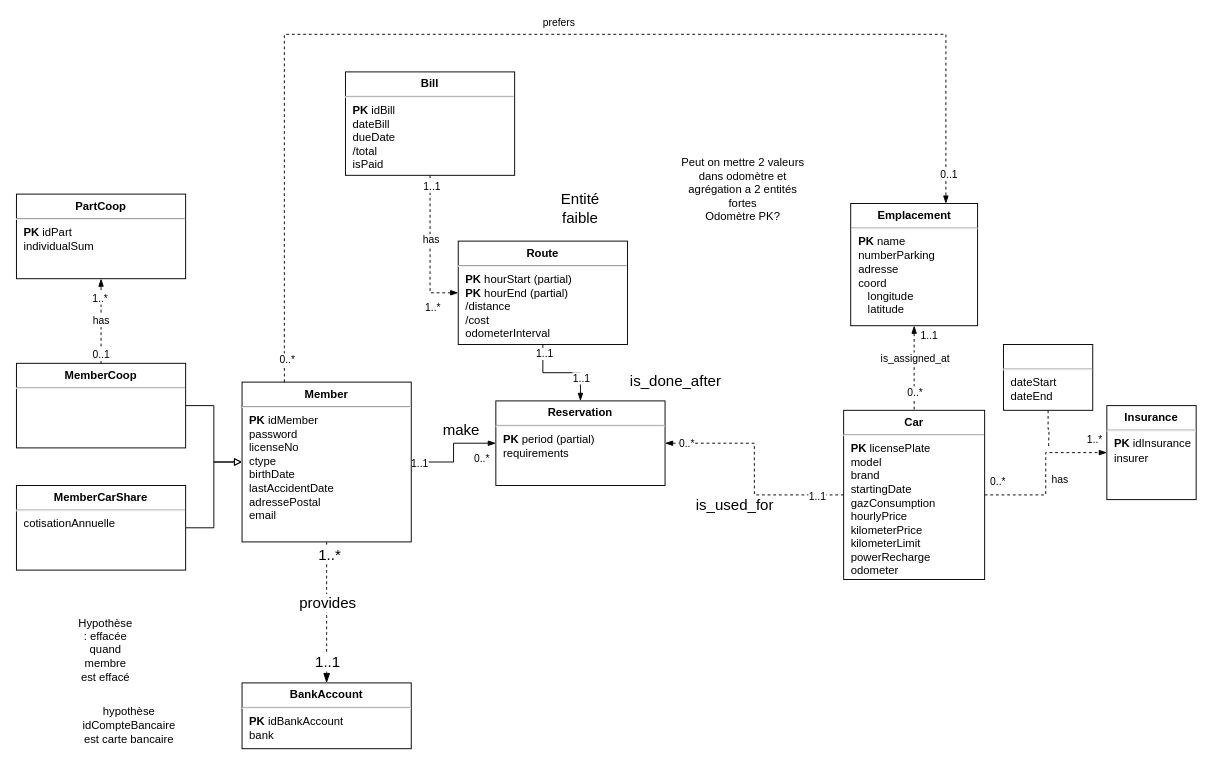
Above: page "Juliette" (2 of 2) of TP4.drawio in lyg2/Reservation-SQL (draw.io), before the change. Source tidied: cells renumbered, new cells numbered last; positions are measured from the earlier drawing's top-left corner, leaving out a move shared by most shapes. Both pictures are drawn from the tidied source at 94%, with x=0, y=0 at pixel (16, 34).
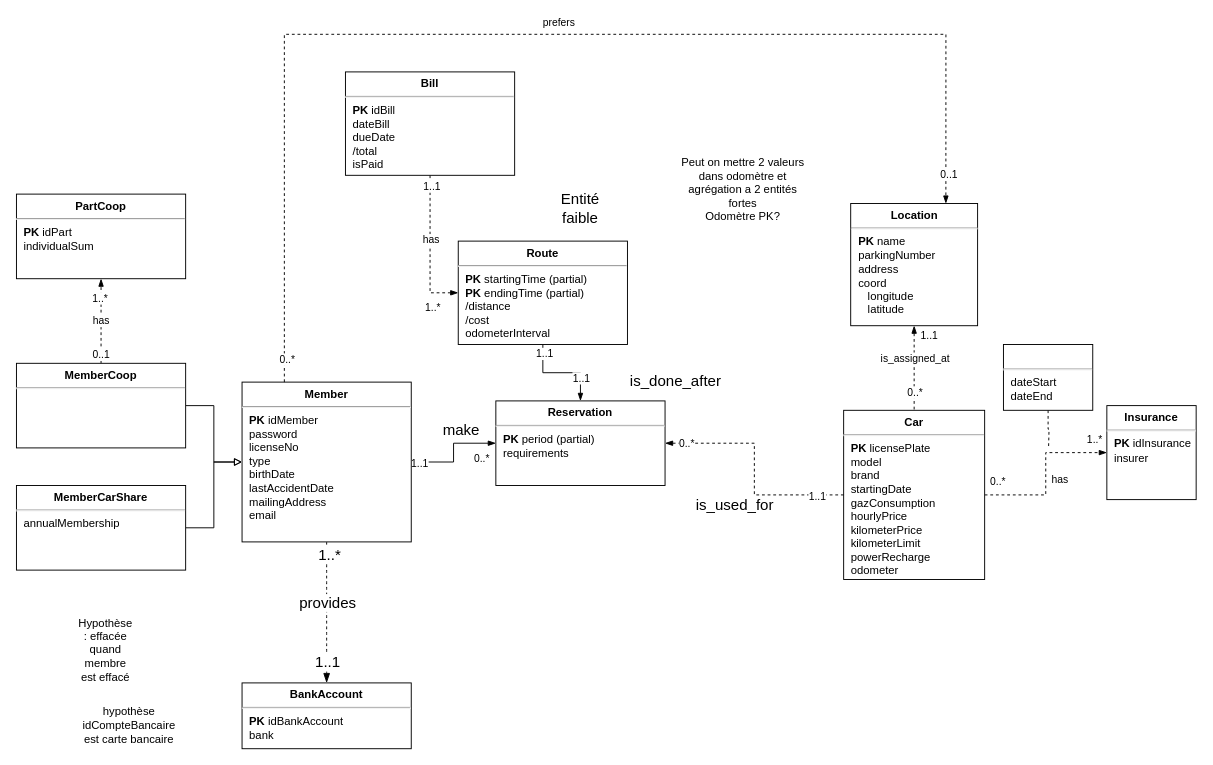
Above is the later version.

What changed in the source:
```diff
@@
-    <mxCell id="11" value="&lt;p style=&quot;margin:0px;margin-top:6px;text-align:center;&quot;&gt;&lt;b&gt;Emplacement&lt;/b&gt;&lt;/p&gt;&lt;hr&gt;&lt;p style=&quot;margin:0px;margin-left:8px;&quot;&gt;&lt;b&gt;PK&lt;/b&gt; name&lt;/p&gt;&lt;p style=&quot;margin:0px;margin-left:8px;&quot;&gt;numberParking&lt;/p&gt;&lt;p style=&quot;margin:0px;margin-left:8px;&quot;&gt;adresse&lt;/p&gt;&lt;p style=&quot;margin:0px;margin-left:8px;&quot;&gt;coord&lt;/p&gt;&lt;p style=&quot;margin:0px;margin-left:8px;&quot;&gt;&amp;nbsp; &amp;nbsp;longitude&lt;/p&gt;&lt;p style=&quot;margin:0px;margin-left:8px;&quot;&gt;&amp;nbsp; &amp;nbsp;latitude&lt;/p&gt;" style="align=left;overflow=fill;html=1;" parent="1" vertex="1">
+    <mxCell id="11" value="&lt;p style=&quot;margin:0px;margin-top:6px;text-align:center;&quot;&gt;&lt;b&gt;Location&lt;/b&gt;&lt;/p&gt;&lt;hr&gt;&lt;p style=&quot;margin:0px;margin-left:8px;&quot;&gt;&lt;b&gt;PK&lt;/b&gt; name&lt;/p&gt;&lt;p style=&quot;margin:0px;margin-left:8px;&quot;&gt;parkingNumber&lt;/p&gt;&lt;p style=&quot;margin:0px;margin-left:8px;&quot;&gt;address&lt;/p&gt;&lt;p style=&quot;margin:0px;margin-left:8px;&quot;&gt;coord&lt;/p&gt;&lt;p style=&quot;margin:0px;margin-left:8px;&quot;&gt;&amp;nbsp; &amp;nbsp;longitude&lt;/p&gt;&lt;p style=&quot;margin:0px;margin-left:8px;&quot;&gt;&amp;nbsp; &amp;nbsp;latitude&lt;/p&gt;" style="align=left;overflow=fill;html=1;" parent="1" vertex="1">
       <mxGeometry x="887.5" y="180" width="135" height="130" as="geometry" />
     </mxCell>
@@
-    <mxCell id="30" value="&lt;p style=&quot;margin:0px;margin-top:6px;text-align:center;&quot;&gt;&lt;b&gt;Route&lt;/b&gt;&lt;/p&gt;&lt;hr&gt;&lt;p style=&quot;margin:0px;margin-left:8px;&quot;&gt;&lt;b&gt;PK&lt;/b&gt; hourStart (partial)&lt;/p&gt;&lt;p style=&quot;margin:0px;margin-left:8px;&quot;&gt;&lt;b&gt;PK&lt;/b&gt; hourEnd (partial)&lt;/p&gt;&lt;p style=&quot;margin:0px;margin-left:8px;&quot;&gt;/distance&lt;/p&gt;&lt;p style=&quot;margin:0px;margin-left:8px;&quot;&gt;/cost&lt;/p&gt;&lt;p style=&quot;margin:0px;margin-left:8px;&quot;&gt;odometerInterval&lt;/p&gt;" style="align=left;overflow=fill;html=1;" parent="1" vertex="1">
+    <mxCell id="30" value="&lt;p style=&quot;margin:0px;margin-top:6px;text-align:center;&quot;&gt;&lt;b&gt;Route&lt;/b&gt;&lt;/p&gt;&lt;hr&gt;&lt;p style=&quot;margin:0px;margin-left:8px;&quot;&gt;&lt;b&gt;PK&lt;/b&gt;&amp;nbsp;startingTime (partial)&lt;/p&gt;&lt;p style=&quot;margin:0px;margin-left:8px;&quot;&gt;&lt;b&gt;PK&lt;/b&gt; endingTime (partial)&lt;/p&gt;&lt;p style=&quot;margin:0px;margin-left:8px;&quot;&gt;/distance&lt;/p&gt;&lt;p style=&quot;margin:0px;margin-left:8px;&quot;&gt;/cost&lt;/p&gt;&lt;p style=&quot;margin:0px;margin-left:8px;&quot;&gt;odometerInterval&lt;/p&gt;" style="align=left;overflow=fill;html=1;" parent="1" vertex="1">
       <mxGeometry x="470" y="220" width="180" height="110" as="geometry" />
     </mxCell>
@@
-    <mxCell id="34" value="&lt;p style=&quot;margin:0px;margin-top:6px;text-align:center;&quot;&gt;&lt;b&gt;MemberCarShare&lt;/b&gt;&lt;/p&gt;&lt;hr&gt;&lt;p style=&quot;margin:0px;margin-left:8px;&quot;&gt;cotisationAnnuelle&lt;/p&gt;" style="align=left;overflow=fill;html=1;" parent="1" vertex="1">
+    <mxCell id="34" value="&lt;p style=&quot;margin:0px;margin-top:6px;text-align:center;&quot;&gt;&lt;b&gt;MemberCarShare&lt;/b&gt;&lt;/p&gt;&lt;hr&gt;&lt;p style=&quot;margin:0px;margin-left:8px;&quot;&gt;annualMembership&lt;/p&gt;" style="align=left;overflow=fill;html=1;" parent="1" vertex="1">
       <mxGeometry y="480" width="180" height="90" as="geometry" />
     </mxCell>
@@
-    <mxCell id="44" value="&lt;p style=&quot;margin:0px;margin-top:6px;text-align:center;&quot;&gt;&lt;b&gt;Member&lt;/b&gt;&lt;/p&gt;&lt;hr&gt;&lt;p style=&quot;margin:0px;margin-left:8px;&quot;&gt;&lt;b&gt;PK &lt;/b&gt;idMember&lt;/p&gt;&lt;p style=&quot;margin:0px;margin-left:8px;&quot;&gt;password&lt;/p&gt;&lt;p style=&quot;margin:0px;margin-left:8px;&quot;&gt;licenseNo&lt;/p&gt;&lt;p style=&quot;margin:0px;margin-left:8px;&quot;&gt;ctype&lt;/p&gt;&lt;p style=&quot;margin:0px;margin-left:8px;&quot;&gt;birthDate&lt;br&gt;&lt;/p&gt;&lt;p style=&quot;margin:0px;margin-left:8px;&quot;&gt;lastAccidentDate&lt;br&gt;&lt;/p&gt;&lt;p style=&quot;margin:0px;margin-left:8px;&quot;&gt;adressePostal&lt;/p&gt;&lt;p style=&quot;margin:0px;margin-left:8px;&quot;&gt;email&lt;/p&gt;&lt;p style=&quot;margin:0px;margin-left:8px;&quot;&gt;&lt;br&gt;&lt;/p&gt;" style="align=left;overflow=fill;html=1;" parent="1" vertex="1">
+    <mxCell id="44" value="&lt;p style=&quot;margin:0px;margin-top:6px;text-align:center;&quot;&gt;&lt;b&gt;Member&lt;/b&gt;&lt;/p&gt;&lt;hr&gt;&lt;p style=&quot;margin:0px;margin-left:8px;&quot;&gt;&lt;b&gt;PK &lt;/b&gt;idMember&lt;/p&gt;&lt;p style=&quot;margin:0px;margin-left:8px;&quot;&gt;password&lt;/p&gt;&lt;p style=&quot;margin:0px;margin-left:8px;&quot;&gt;licenseNo&lt;/p&gt;&lt;p style=&quot;margin:0px;margin-left:8px;&quot;&gt;type&lt;/p&gt;&lt;p style=&quot;margin:0px;margin-left:8px;&quot;&gt;birthDate&lt;br&gt;&lt;/p&gt;&lt;p style=&quot;margin:0px;margin-left:8px;&quot;&gt;lastAccidentDate&lt;br&gt;&lt;/p&gt;&lt;p style=&quot;margin:0px;margin-left:8px;&quot;&gt;mailingAddress&lt;/p&gt;&lt;p style=&quot;margin:0px;margin-left:8px;&quot;&gt;email&lt;/p&gt;&lt;p style=&quot;margin:0px;margin-left:8px;&quot;&gt;&lt;br&gt;&lt;/p&gt;" style="align=left;overflow=fill;html=1;" parent="1" vertex="1">
       <mxGeometry x="240" y="370" width="180" height="170" as="geometry" />
     </mxCell>
```
